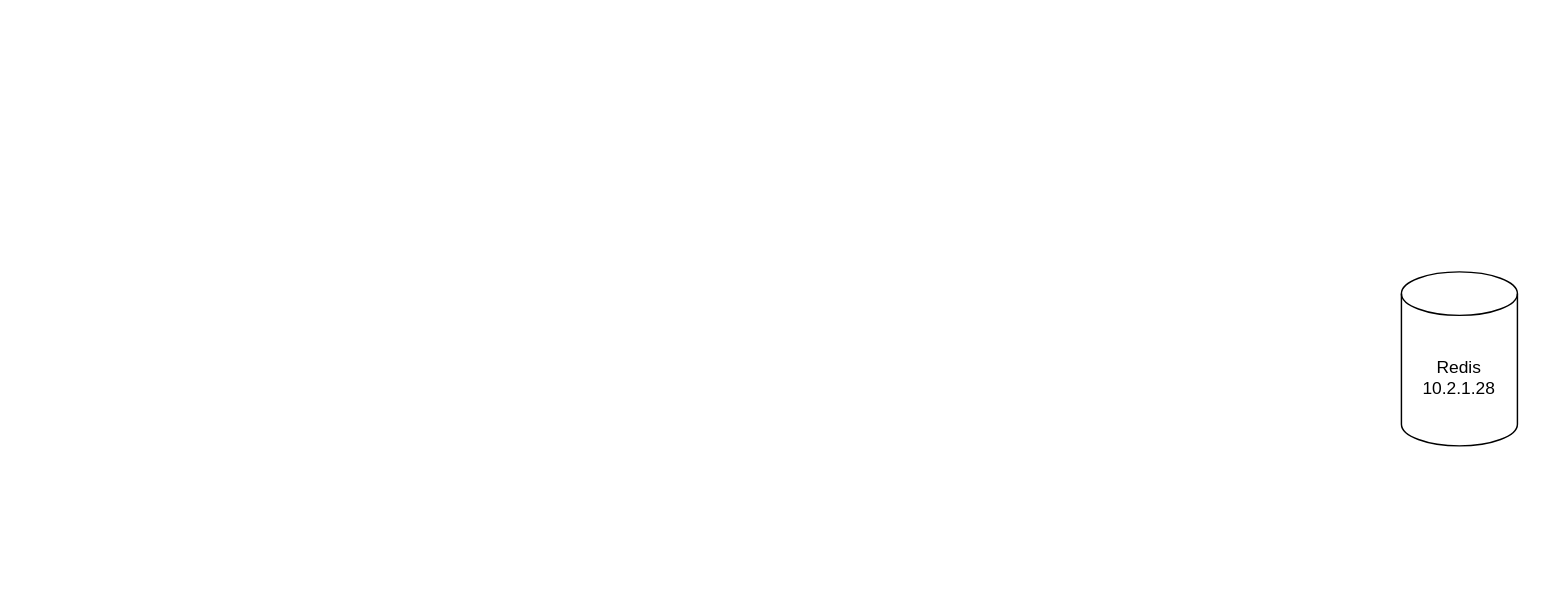
The draw.io diagram 構成図.drawio in swmr71/MinecraftKaguya, before the edit. Source tidied: cells renumbered, new cells numbered last; positions are measured from the earlier drawing's top-left corner, leaving out a move shared by most shapes. Both pictures are drawn from the tidied source at 145%, with x=0, y=0 at pixel (1401, 271).
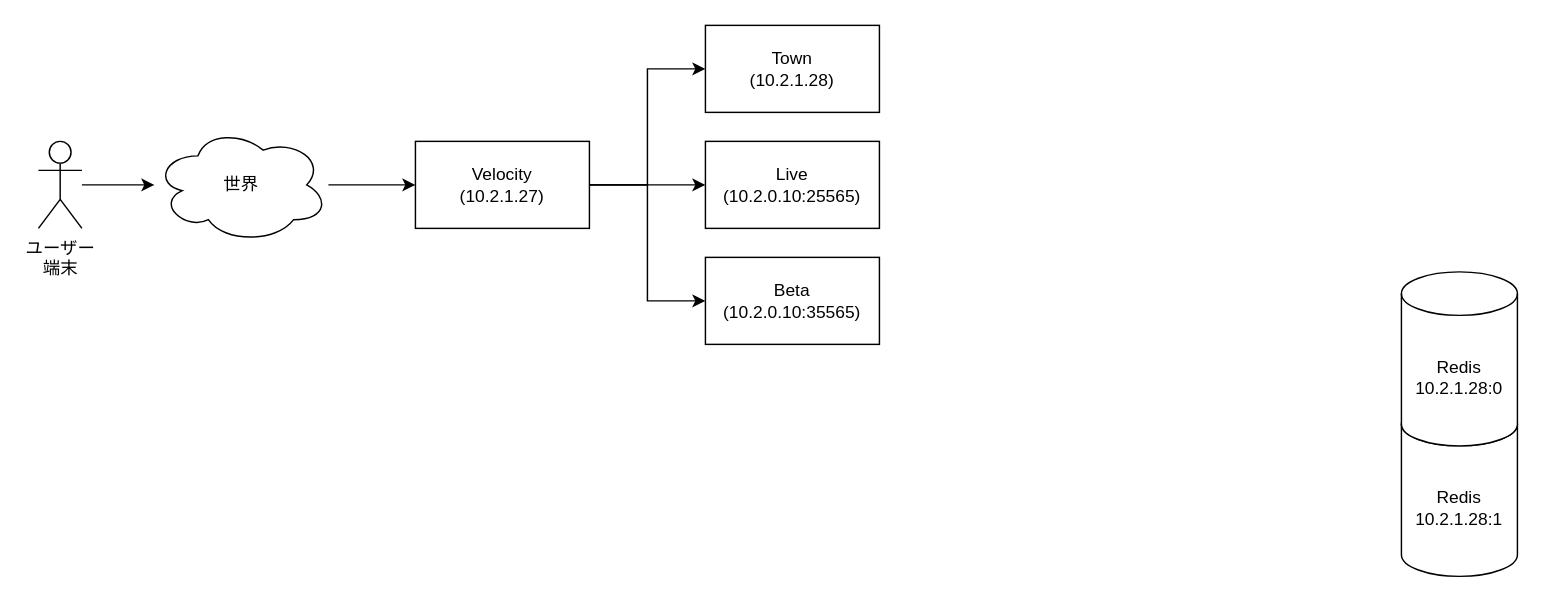
The same page after the edit.

Commit message:
構成図.drawio を追加しました。

What changed in the source:
```diff
@@
 <mxGraphModel>
   <root>
     <mxCell id="0" />
     <mxCell id="1" parent="0" />
+    <mxCell id="3" value="Redis&lt;div&gt;10.2.1.28:1&lt;/div&gt;" style="shape=cylinder3;whiteSpace=wrap;html=1;boundedLbl=1;backgroundOutline=1;size=15;" parent="1" vertex="1">
+      <mxGeometry y="90" width="80" height="120" as="geometry" />
+    </mxCell>
-    <mxCell id="2" value="Redis&lt;div&gt;10.2.1.28&lt;/div&gt;" style="shape=cylinder3;whiteSpace=wrap;html=1;boundedLbl=1;backgroundOutline=1;size=15;" parent="1" vertex="1">
+    <mxCell id="2" value="Redis&lt;div&gt;10.2.1.28:0&lt;/div&gt;" style="shape=cylinder3;whiteSpace=wrap;html=1;boundedLbl=1;backgroundOutline=1;size=15;" parent="1" vertex="1">
       <mxGeometry width="80" height="120" as="geometry" />
     </mxCell>
+    <mxCell id="4" value="Town&lt;div&gt;(10.2.1.28)&lt;/div&gt;" style="rounded=0;whiteSpace=wrap;html=1;" parent="1" vertex="1">
+      <mxGeometry x="-480" y="-170" width="120" height="60" as="geometry" />
+    </mxCell>
+    <mxCell id="5" style="edgeStyle=orthogonalEdgeStyle;rounded=0;jettySize=auto;html=1;entryX=0;entryY=0.5;entryDx=0;entryDy=0;" parent="1" edge="1" source="8" target="4">
+      <mxGeometry relative="1" as="geometry" />
+    </mxCell>
+    <mxCell id="6" style="edgeStyle=orthogonalEdgeStyle;rounded=0;jettySize=auto;html=1;entryX=0;entryY=0.5;entryDx=0;entryDy=0;" parent="1" edge="1" source="8" target="9">
+      <mxGeometry relative="1" as="geometry" />
+    </mxCell>
+    <mxCell id="7" style="edgeStyle=orthogonalEdgeStyle;rounded=0;jettySize=auto;html=1;entryX=0;entryY=0.5;entryDx=0;entryDy=0;" parent="1" edge="1" source="8" target="10">
+      <mxGeometry relative="1" as="geometry" />
+    </mxCell>
+    <mxCell id="8" value="Velocity&lt;div&gt;(10.2.1.27)&lt;/div&gt;" style="rounded=0;whiteSpace=wrap;html=1;" parent="1" vertex="1">
+      <mxGeometry x="-680" y="-90" width="120" height="60" as="geometry" />
+    </mxCell>
+    <mxCell id="9" value="Live&lt;br&gt;&lt;div&gt;(10.2.0.10:25565)&lt;/div&gt;" style="rounded=0;whiteSpace=wrap;html=1;" parent="1" vertex="1">
+      <mxGeometry x="-480" y="-90" width="120" height="60" as="geometry" />
+    </mxCell>
+    <mxCell id="10" value="Beta&lt;br&gt;&lt;div&gt;(10.2.0.10:35565)&lt;/div&gt;" style="rounded=0;whiteSpace=wrap;html=1;" parent="1" vertex="1">
+      <mxGeometry x="-480" y="-10" width="120" height="60" as="geometry" />
+    </mxCell>
+    <mxCell id="11" style="edgeStyle=orthogonalEdgeStyle;rounded=0;jettySize=auto;html=1;" parent="1" edge="1" source="12" target="14">
+      <mxGeometry relative="1" as="geometry" />
+    </mxCell>
+    <mxCell id="12" value="ユーザー&lt;div&gt;端末&lt;/div&gt;" style="shape=umlActor;verticalLabelPosition=bottom;verticalAlign=top;html=1;outlineConnect=0;" parent="1" vertex="1">
+      <mxGeometry x="-940" y="-90" width="30" height="60" as="geometry" />
+    </mxCell>
+    <mxCell id="13" style="edgeStyle=orthogonalEdgeStyle;rounded=0;jettySize=auto;html=1;entryX=0;entryY=0.5;entryDx=0;entryDy=0;" parent="1" edge="1" source="14" target="8">
+      <mxGeometry relative="1" as="geometry" />
+    </mxCell>
+    <mxCell id="14" value="世界" style="ellipse;shape=cloud;whiteSpace=wrap;html=1;" parent="1" vertex="1">
+      <mxGeometry x="-860" y="-100" width="120" height="80" as="geometry" />
+    </mxCell>
   </root>
 </mxGraphModel>
```
